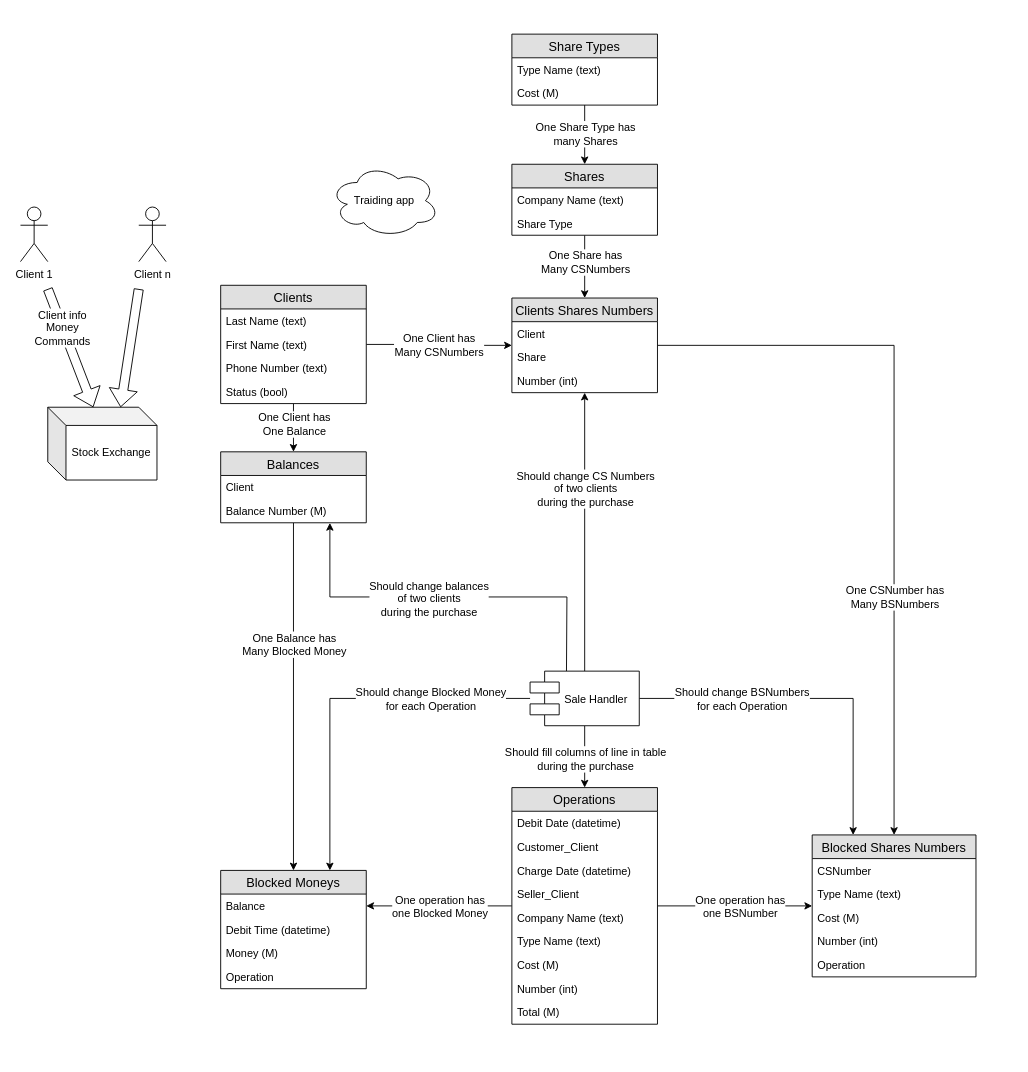
Avyalikov/net-courses-2019 keeps this draw.io diagram as HW6/Valeriy_Satkov/TraidingSchema.drawio. Above is the earlier version. Source tidied: cells renumbered, new cells numbered last; positions are measured from the earlier drawing's top-left corner, leaving out a move shared by most shapes. Both pictures are drawn from the tidied source at 91%, with x=0, y=0 at pixel (20, 34).
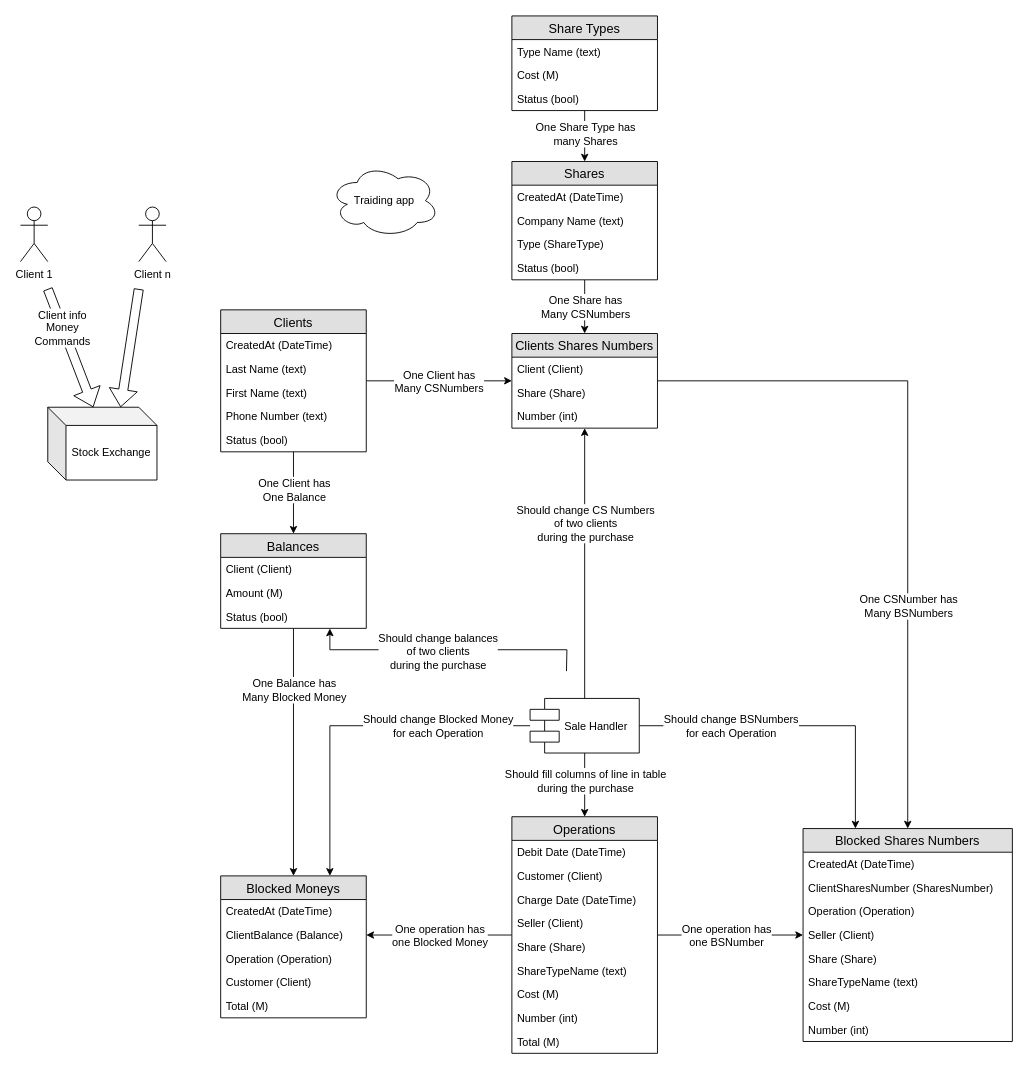
The same page after the edit.

Commit message (it also covers changes not shown here):
Fix Schema; Pre Sale Handler pull req

The change refers to these unchanged cells:
```xml
<mxCell id="9" style="edgeStyle=orthogonalEdgeStyle;rounded=0;jettySize=auto;html=1;entryX=0.5;entryY=0;entryDx=0;entryDy=0;" parent="1" edge="1" source="13" target="20">
  <mxGeometry relative="1" as="geometry" />
</mxCell>
<mxCell id="18" style="edgeStyle=orthogonalEdgeStyle;rounded=0;jettySize=auto;html=1;entryX=0.5;entryY=0;entryDx=0;entryDy=0;" parent="1" edge="1" source="20" target="64">
  <mxGeometry relative="1" as="geometry" />
</mxCell>
<mxCell id="29" style="edgeStyle=orthogonalEdgeStyle;rounded=0;jettySize=auto;html=1;" parent="1" edge="1" source="31" target="25">
  <mxGeometry relative="1" as="geometry" />
</mxCell>
<mxCell id="43" style="edgeStyle=orthogonalEdgeStyle;rounded=0;jettySize=auto;html=1;" parent="1" edge="1" source="49" target="54">
  <mxGeometry relative="1" as="geometry" />
</mxCell>
<mxCell id="52" style="edgeStyle=orthogonalEdgeStyle;rounded=0;jettySize=auto;html=1;" parent="1" edge="1" source="54" target="69">
  <mxGeometry relative="1" as="geometry" />
</mxCell>
```

Diff of the diagram source:
```diff
@@
     <mxCell id="10" value="&lt;div&gt;One Client has &lt;br&gt;&lt;/div&gt;&lt;div&gt;One Balance&lt;/div&gt;" style="text;html=1;align=center;verticalAlign=middle;labelBackgroundColor=#ffffff;" parent="9" vertex="1">
       <mxGeometry x="-0.26" y="-1" relative="1" as="geometry">
-        <mxPoint x="1" y="2" as="offset" />
+        <mxPoint x="1" y="8" as="offset" />
       </mxGeometry>
     </mxCell>
@@
     <mxCell id="13" value="Clients" style="swimlane;fontStyle=0;horizontal=1;startSize=26;fillColor=#e0e0e0;swimlaneFillColor=#ffffff;align=center;fontSize=14;" parent="1" vertex="1">
-      <mxGeometry x="220" y="276" width="160" height="130" as="geometry" />
+      <mxGeometry x="220" y="303" width="160" height="156" as="geometry" />
     </mxCell>
+    <mxCell id="75" value="CreatedAt (DateTime)" style="text;strokeColor=none;fillColor=none;spacingLeft=4;spacingRight=4;overflow=hidden;fontSize=12;" parent="13" vertex="1">
+      <mxGeometry y="26" width="160" height="26" as="geometry" />
+    </mxCell>
     <mxCell id="14" value="Last Name (text)" style="text;strokeColor=none;fillColor=none;spacingLeft=4;spacingRight=4;overflow=hidden;fontSize=12;" parent="13" vertex="1">
-      <mxGeometry y="26" width="160" height="26" as="geometry" />
+      <mxGeometry y="52" width="160" height="26" as="geometry" />
     </mxCell>
     <mxCell id="15" value="First Name (text)" style="text;strokeColor=none;fillColor=none;spacingLeft=4;spacingRight=4;overflow=hidden;fontSize=12;" parent="13" vertex="1">
-      <mxGeometry y="52" width="160" height="26" as="geometry" />
+      <mxGeometry y="78" width="160" height="26" as="geometry" />
     </mxCell>
     <mxCell id="16" value="Phone Number (text)" style="text;strokeColor=none;fillColor=none;spacingLeft=4;spacingRight=4;overflow=hidden;fontSize=12;" parent="13" vertex="1">
-      <mxGeometry y="78" width="160" height="26" as="geometry" />
+      <mxGeometry y="104" width="160" height="26" as="geometry" />
     </mxCell>
     <mxCell id="17" value="Status (bool)" style="text;strokeColor=none;fillColor=none;spacingLeft=4;spacingRight=4;overflow=hidden;fontSize=12;" parent="13" vertex="1">
-      <mxGeometry y="104" width="160" height="26" as="geometry" />
+      <mxGeometry y="130" width="160" height="26" as="geometry" />
     </mxCell>
@@
     <mxCell id="19" value="&lt;div&gt;One Balance has&lt;/div&gt;&lt;div&gt;Many Blocked Money&lt;br&gt;&lt;/div&gt;" style="text;html=1;align=center;verticalAlign=middle;labelBackgroundColor=#ffffff;" parent="18" vertex="1">
       <mxGeometry x="-0.24" y="-1" relative="1" as="geometry">
-        <mxPoint x="1" y="-12" as="offset" />
+        <mxPoint x="1" y="-36" as="offset" />
       </mxGeometry>
     </mxCell>
     <mxCell id="20" value="Balances" style="swimlane;fontStyle=0;horizontal=1;startSize=26;fillColor=#e0e0e0;swimlaneFillColor=#ffffff;align=center;fontSize=14;" parent="1" vertex="1">
-      <mxGeometry x="220" y="459" width="160" height="78" as="geometry" />
+      <mxGeometry x="220" y="549" width="160" height="104" as="geometry" />
     </mxCell>
-    <mxCell id="21" value="Client" style="text;strokeColor=none;fillColor=none;spacingLeft=4;spacingRight=4;overflow=hidden;fontSize=12;" parent="20" vertex="1">
+    <mxCell id="21" value="Client (Client)" style="text;strokeColor=none;fillColor=none;spacingLeft=4;spacingRight=4;overflow=hidden;fontSize=12;" parent="20" vertex="1">
       <mxGeometry y="26" width="160" height="26" as="geometry" />
     </mxCell>
+    <mxCell id="76" value="Amount (M)" style="text;strokeColor=none;fillColor=none;spacingLeft=4;spacingRight=4;overflow=hidden;fontSize=12;" parent="20" vertex="1">
+      <mxGeometry y="52" width="160" height="26" as="geometry" />
+    </mxCell>
-    <mxCell id="22" value="Balance Number (M)" style="text;strokeColor=none;fillColor=none;spacingLeft=4;spacingRight=4;overflow=hidden;points=[[0,0.5],[1,0.5]];portConstraint=eastwest;fontSize=12;" parent="20" vertex="1">
-      <mxGeometry y="52" width="160" height="26" as="geometry" />
+    <mxCell id="22" value="Status (bool)" style="text;strokeColor=none;fillColor=none;spacingLeft=4;spacingRight=4;overflow=hidden;points=[[0,0.5],[1,0.5]];portConstraint=eastwest;fontSize=12;" parent="20" vertex="1">
+      <mxGeometry y="78" width="160" height="26" as="geometry" />
     </mxCell>
@@
     <mxCell id="25" value="Clients Shares Numbers" style="swimlane;fontStyle=0;horizontal=1;startSize=26;fillColor=#e0e0e0;swimlaneFillColor=#ffffff;align=center;fontSize=14;" parent="1" vertex="1">
-      <mxGeometry x="540" y="290" width="160" height="104" as="geometry" />
+      <mxGeometry x="540" y="329" width="160" height="104" as="geometry" />
     </mxCell>
-    <mxCell id="26" value="Client" style="text;strokeColor=none;fillColor=none;spacingLeft=4;spacingRight=4;overflow=hidden;fontSize=12;" parent="25" vertex="1">
+    <mxCell id="26" value="Client (Client)" style="text;strokeColor=none;fillColor=none;spacingLeft=4;spacingRight=4;overflow=hidden;fontSize=12;" parent="25" vertex="1">
       <mxGeometry y="26" width="160" height="26" as="geometry" />
     </mxCell>
-    <mxCell id="27" value="Share" style="text;strokeColor=none;fillColor=none;spacingLeft=4;spacingRight=4;overflow=hidden;fontSize=12;" parent="25" vertex="1">
+    <mxCell id="27" value="Share (Share)" style="text;strokeColor=none;fillColor=none;spacingLeft=4;spacingRight=4;overflow=hidden;fontSize=12;" parent="25" vertex="1">
       <mxGeometry y="52" width="160" height="26" as="geometry" />
     </mxCell>
@@
     <mxCell id="30" value="&lt;div&gt;One Share has &lt;br&gt;&lt;/div&gt;&lt;div&gt;Many CSNumbers&lt;br&gt;&lt;/div&gt;" style="text;html=1;align=center;verticalAlign=middle;labelBackgroundColor=#ffffff;" parent="29" vertex="1">
       <mxGeometry x="0.29" y="-1" relative="1" as="geometry">
-        <mxPoint x="1" y="-16" as="offset" />
+        <mxPoint x="1" y="-8.5" as="offset" />
       </mxGeometry>
     </mxCell>
     <mxCell id="31" value="Shares" style="swimlane;fontStyle=0;horizontal=1;startSize=26;fillColor=#e0e0e0;swimlaneFillColor=#ffffff;align=center;fontSize=14;" parent="1" vertex="1">
-      <mxGeometry x="540" y="143" width="160" height="78" as="geometry" />
+      <mxGeometry x="540" y="140" width="160" height="130" as="geometry" />
     </mxCell>
-    <mxCell id="32" value="Company Name (text)" style="text;strokeColor=none;fillColor=none;spacingLeft=4;spacingRight=4;overflow=hidden;fontSize=12;" parent="31" vertex="1">
+    <mxCell id="32" value="CreatedAt (DateTime)" style="text;strokeColor=none;fillColor=none;spacingLeft=4;spacingRight=4;overflow=hidden;fontSize=12;" parent="31" vertex="1">
       <mxGeometry y="26" width="160" height="26" as="geometry" />
     </mxCell>
+    <mxCell id="77" value="Company Name (text)" style="text;strokeColor=none;fillColor=none;spacingLeft=4;spacingRight=4;overflow=hidden;fontSize=12;" parent="31" vertex="1">
+      <mxGeometry y="52" width="160" height="26" as="geometry" />
+    </mxCell>
-    <mxCell id="33" value="Share Type" style="text;strokeColor=none;fillColor=none;spacingLeft=4;spacingRight=4;overflow=hidden;fontSize=12;" parent="31" vertex="1">
-      <mxGeometry y="52" width="160" height="26" as="geometry" />
+    <mxCell id="33" value="Type (ShareType)" style="text;strokeColor=none;fillColor=none;spacingLeft=4;spacingRight=4;overflow=hidden;fontSize=12;" parent="31" vertex="1">
+      <mxGeometry y="78" width="160" height="26" as="geometry" />
     </mxCell>
+    <mxCell id="78" value="Status (bool)" style="text;strokeColor=none;fillColor=none;spacingLeft=4;spacingRight=4;overflow=hidden;fontSize=12;" parent="31" vertex="1">
+      <mxGeometry y="104" width="160" height="26" as="geometry" />
+    </mxCell>
@@
     <mxCell id="36" value="Share Types" style="swimlane;fontStyle=0;horizontal=1;startSize=26;fillColor=#e0e0e0;swimlaneFillColor=#ffffff;align=center;fontSize=14;" parent="1" vertex="1">
-      <mxGeometry x="540" width="160" height="78" as="geometry" />
+      <mxGeometry x="540" y="-20" width="160" height="104" as="geometry" />
     </mxCell>
@@
+    <mxCell id="79" value="Status (bool)" style="text;strokeColor=none;fillColor=none;spacingLeft=4;spacingRight=4;overflow=hidden;fontSize=12;" parent="36" vertex="1">
+      <mxGeometry y="78" width="160" height="26" as="geometry" />
+    </mxCell>
@@
     <mxCell id="44" value="&lt;div&gt;Should fill columns of line in table &lt;br&gt;&lt;/div&gt;&lt;div&gt;during the purchase&lt;/div&gt;" style="text;html=1;align=center;verticalAlign=middle;labelBackgroundColor=#ffffff;" parent="43" vertex="1">
       <mxGeometry x="-0.2" y="-1" relative="1" as="geometry">
-        <mxPoint x="1" y="9" as="offset" />
+        <mxPoint x="1" y="2" as="offset" />
       </mxGeometry>
     </mxCell>
@@
     <mxCell id="49" value="Sale Handler" style="shape=component;align=left;spacingLeft=36;" parent="1" vertex="1">
-      <mxGeometry x="560" y="700" width="120" height="60" as="geometry" />
+      <mxGeometry x="560" y="730" width="120" height="60" as="geometry" />
     </mxCell>
@@
     <mxCell id="53" value="&lt;div&gt;One operation has&lt;/div&gt;&lt;div&gt;one BSNumber&lt;br&gt;&lt;/div&gt;" style="text;html=1;align=center;verticalAlign=middle;labelBackgroundColor=#ffffff;" parent="52" vertex="1">
       <mxGeometry x="-0.29" y="-2" relative="1" as="geometry">
-        <mxPoint x="30" y="-2" as="offset" />
+        <mxPoint x="18" y="-2" as="offset" />
       </mxGeometry>
     </mxCell>
     <mxCell id="54" value="Operations" style="swimlane;fontStyle=0;horizontal=1;startSize=26;fillColor=#e0e0e0;swimlaneFillColor=#ffffff;align=center;fontSize=14;" parent="1" vertex="1">
-      <mxGeometry x="540" y="828" width="160" height="260" as="geometry" />
+      <mxGeometry x="540" y="860" width="160" height="260" as="geometry" />
     </mxCell>
-    <mxCell id="55" value="Debit Date (datetime)" style="text;strokeColor=none;fillColor=none;spacingLeft=4;spacingRight=4;overflow=hidden;fontSize=12;" parent="54" vertex="1">
+    <mxCell id="55" value="Debit Date (DateTime)" style="text;strokeColor=none;fillColor=none;spacingLeft=4;spacingRight=4;overflow=hidden;fontSize=12;" parent="54" vertex="1">
       <mxGeometry y="26" width="160" height="26" as="geometry" />
     </mxCell>
-    <mxCell id="56" value="Customer_Client" style="text;strokeColor=none;fillColor=none;spacingLeft=4;spacingRight=4;overflow=hidden;fontSize=12;" parent="54" vertex="1">
+    <mxCell id="56" value="Customer (Client)" style="text;strokeColor=none;fillColor=none;spacingLeft=4;spacingRight=4;overflow=hidden;fontSize=12;" parent="54" vertex="1">
       <mxGeometry y="52" width="160" height="26" as="geometry" />
     </mxCell>
-    <mxCell id="57" value="Charge Date (datetime)" style="text;strokeColor=none;fillColor=none;spacingLeft=4;spacingRight=4;overflow=hidden;fontSize=12;" parent="54" vertex="1">
+    <mxCell id="57" value="Charge Date (DateTime)" style="text;strokeColor=none;fillColor=none;spacingLeft=4;spacingRight=4;overflow=hidden;fontSize=12;" parent="54" vertex="1">
       <mxGeometry y="78" width="160" height="26" as="geometry" />
     </mxCell>
-    <mxCell id="58" value="Seller_Client" style="text;strokeColor=none;fillColor=none;spacingLeft=4;spacingRight=4;overflow=hidden;fontSize=12;" parent="54" vertex="1">
+    <mxCell id="58" value="Seller (Client)" style="text;strokeColor=none;fillColor=none;spacingLeft=4;spacingRight=4;overflow=hidden;fontSize=12;" parent="54" vertex="1">
       <mxGeometry y="104" width="160" height="26" as="geometry" />
     </mxCell>
-    <mxCell id="59" value="Company Name (text)" style="text;strokeColor=none;fillColor=none;spacingLeft=4;spacingRight=4;overflow=hidden;fontSize=12;" parent="54" vertex="1">
+    <mxCell id="59" value="Share (Share)" style="text;strokeColor=none;fillColor=none;spacingLeft=4;spacingRight=4;overflow=hidden;fontSize=12;" parent="54" vertex="1">
       <mxGeometry y="130" width="160" height="26" as="geometry" />
     </mxCell>
-    <mxCell id="60" value="Type Name (text)" style="text;strokeColor=none;fillColor=none;spacingLeft=4;spacingRight=4;overflow=hidden;fontSize=12;" parent="54" vertex="1">
+    <mxCell id="60" value="ShareTypeName (text)" style="text;strokeColor=none;fillColor=none;spacingLeft=4;spacingRight=4;overflow=hidden;fontSize=12;" parent="54" vertex="1">
       <mxGeometry y="156" width="160" height="26" as="geometry" />
     </mxCell>
@@
     <mxCell id="64" value="Blocked Moneys" style="swimlane;fontStyle=0;horizontal=1;startSize=26;fillColor=#e0e0e0;swimlaneFillColor=#ffffff;align=center;fontSize=14;" parent="1" vertex="1">
-      <mxGeometry x="220" y="919" width="160" height="130" as="geometry" />
+      <mxGeometry x="220" y="925" width="160" height="156" as="geometry" />
     </mxCell>
+    <mxCell id="66" value="CreatedAt (DateTime)" style="text;strokeColor=none;fillColor=none;spacingLeft=4;spacingRight=4;overflow=hidden;fontSize=12;" parent="64" vertex="1">
+      <mxGeometry y="26" width="160" height="26" as="geometry" />
+    </mxCell>
-    <mxCell id="65" value="Balance" style="text;strokeColor=none;fillColor=none;spacingLeft=4;spacingRight=4;overflow=hidden;points=[[0,0.5],[1,0.5]];portConstraint=eastwest;fontSize=12;" parent="64" vertex="1">
-      <mxGeometry y="26" width="160" height="26" as="geometry" />
+    <mxCell id="65" value="ClientBalance (Balance)" style="text;strokeColor=none;fillColor=none;spacingLeft=4;spacingRight=4;overflow=hidden;points=[[0,0.5],[1,0.5]];portConstraint=eastwest;fontSize=12;" parent="64" vertex="1">
+      <mxGeometry y="52" width="160" height="26" as="geometry" />
     </mxCell>
-    <mxCell id="66" value="Debit Time (datetime)" style="text;strokeColor=none;fillColor=none;spacingLeft=4;spacingRight=4;overflow=hidden;fontSize=12;" parent="64" vertex="1">
-      <mxGeometry y="52" width="160" height="26" as="geometry" />
-    </mxCell>
+    <mxCell id="80" value="Operation (Operation)" style="text;strokeColor=none;fillColor=none;spacingLeft=4;spacingRight=4;overflow=hidden;fontSize=12;" parent="64" vertex="1">
+      <mxGeometry y="78" width="160" height="26" as="geometry" />
+    </mxCell>
+    <mxCell id="68" value="Customer (Client)" style="text;strokeColor=none;fillColor=none;spacingLeft=4;spacingRight=4;overflow=hidden;fontSize=12;" parent="64" vertex="1">
+      <mxGeometry y="104" width="160" height="26" as="geometry" />
+    </mxCell>
-    <mxCell id="67" value="Money (M)" style="text;strokeColor=none;fillColor=none;spacingLeft=4;spacingRight=4;overflow=hidden;fontSize=12;" parent="64" vertex="1">
-      <mxGeometry y="78" width="160" height="26" as="geometry" />
+    <mxCell id="67" value="Total (M)" style="text;strokeColor=none;fillColor=none;spacingLeft=4;spacingRight=4;overflow=hidden;fontSize=12;" parent="64" vertex="1">
+      <mxGeometry y="130" width="160" height="26" as="geometry" />
     </mxCell>
-    <mxCell id="68" value="Operation" style="text;strokeColor=none;fillColor=none;spacingLeft=4;spacingRight=4;overflow=hidden;fontSize=12;" parent="64" vertex="1">
-      <mxGeometry y="104" width="160" height="26" as="geometry" />
-    </mxCell>
     <mxCell id="69" value="Blocked Shares Numbers" style="swimlane;fontStyle=0;horizontal=1;startSize=26;fillColor=#e0e0e0;swimlaneFillColor=#ffffff;align=center;fontSize=14;" parent="1" vertex="1">
-      <mxGeometry x="870" y="880" width="180" height="156" as="geometry" />
+      <mxGeometry x="860" y="873" width="230" height="234" as="geometry" />
     </mxCell>
-    <mxCell id="70" value="CSNumber" style="text;strokeColor=none;fillColor=none;spacingLeft=4;spacingRight=4;overflow=hidden;fontSize=12;" parent="69" vertex="1">
-      <mxGeometry y="26" width="180" height="26" as="geometry" />
+    <mxCell id="70" value="CreatedAt (DateTime)" style="text;strokeColor=none;fillColor=none;spacingLeft=4;spacingRight=4;overflow=hidden;fontSize=12;" parent="69" vertex="1">
+      <mxGeometry y="26" width="230" height="26" as="geometry" />
     </mxCell>
+    <mxCell id="81" value="ClientSharesNumber (SharesNumber)" style="text;strokeColor=none;fillColor=none;spacingLeft=4;spacingRight=4;overflow=hidden;fontSize=12;" parent="69" vertex="1">
+      <mxGeometry y="52" width="230" height="26" as="geometry" />
+    </mxCell>
+    <mxCell id="82" value="Operation (Operation)" style="text;strokeColor=none;fillColor=none;spacingLeft=4;spacingRight=4;overflow=hidden;fontSize=12;" parent="69" vertex="1">
+      <mxGeometry y="78" width="230" height="26" as="geometry" />
+    </mxCell>
+    <mxCell id="83" value="Seller (Client)" style="text;strokeColor=none;fillColor=none;spacingLeft=4;spacingRight=4;overflow=hidden;fontSize=12;" parent="69" vertex="1">
+      <mxGeometry y="104" width="230" height="26" as="geometry" />
+    </mxCell>
+    <mxCell id="84" value="Share (Share)" style="text;strokeColor=none;fillColor=none;spacingLeft=4;spacingRight=4;overflow=hidden;fontSize=12;" parent="69" vertex="1">
+      <mxGeometry y="130" width="230" height="26" as="geometry" />
+    </mxCell>
-    <mxCell id="71" value="Type Name (text)" style="text;strokeColor=none;fillColor=none;spacingLeft=4;spacingRight=4;overflow=hidden;fontSize=12;" parent="69" vertex="1">
-      <mxGeometry y="52" width="180" height="26" as="geometry" />
+    <mxCell id="71" value="ShareTypeName (text)" style="text;strokeColor=none;fillColor=none;spacingLeft=4;spacingRight=4;overflow=hidden;fontSize=12;" parent="69" vertex="1">
+      <mxGeometry y="156" width="230" height="26" as="geometry" />
     </mxCell>
     <mxCell id="72" value="Cost (M)" style="text;strokeColor=none;fillColor=none;spacingLeft=4;spacingRight=4;overflow=hidden;fontSize=12;" parent="69" vertex="1">
-      <mxGeometry y="78" width="180" height="26" as="geometry" />
+      <mxGeometry y="182" width="230" height="26" as="geometry" />
     </mxCell>
     <mxCell id="73" value="Number (int)" style="text;strokeColor=none;fillColor=none;spacingLeft=4;spacingRight=4;overflow=hidden;fontSize=12;" parent="69" vertex="1">
-      <mxGeometry y="104" width="180" height="26" as="geometry" />
+      <mxGeometry y="208" width="230" height="26" as="geometry" />
     </mxCell>
-    <mxCell id="74" value="Operation" style="text;strokeColor=none;fillColor=none;spacingLeft=4;spacingRight=4;overflow=hidden;fontSize=12;" parent="69" vertex="1">
-      <mxGeometry y="130" width="180" height="26" as="geometry" />
-    </mxCell>
```
